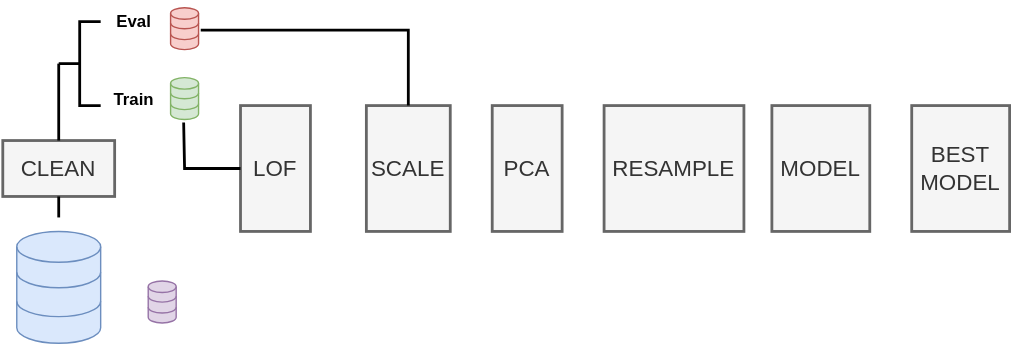
MatteoM95/Default-of-Credit-Card-Clients-Dataset-Analisys keeps this draw.io diagram as Pipeline Diagram.svg. Above is the earlier version. Source tidied: cells renumbered, new cells last; positions are measured from the earlier drawing's top-left corner, leaving out a move shared by most shapes.
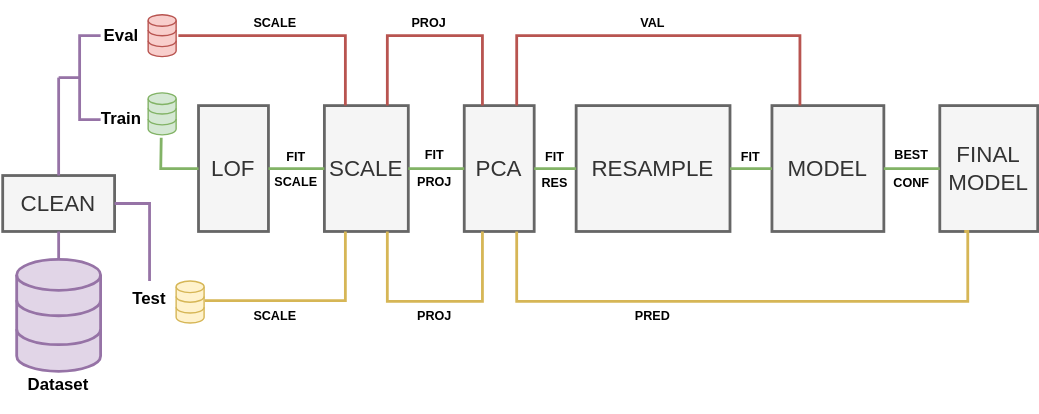
The same diagram one commit later.

Change to the diagram source:
```diff
@@ -3,69 +3,182 @@
     <mxCell id="0" />
     <mxCell id="1" parent="0" />
     <mxCell id="2" style="html=1;verticalLabelPosition=bottom;align=center;labelBackgroundColor=#ffffff;verticalAlign=top;strokeWidth=1;strokeColor=#b85450;shadow=0;dashed=0;shape=mxgraph.ios7.icons.data;fillColor=#f8cecc;" parent="1" vertex="1">
-      <mxGeometry x="120" y="5" width="20" height="30" as="geometry" />
+      <mxGeometry x="104" width="20" height="30" as="geometry" />
     </mxCell>
-    <mxCell id="3" style="html=1;verticalLabelPosition=bottom;align=center;labelBackgroundColor=#ffffff;verticalAlign=top;strokeWidth=1;strokeColor=#9673a6;shadow=0;dashed=0;shape=mxgraph.ios7.icons.data;fillColor=#e1d5e7;" parent="1" vertex="1">
-      <mxGeometry x="104" y="200.4" width="20" height="30" as="geometry" />
+    <mxCell id="3" style="html=1;verticalLabelPosition=bottom;align=center;labelBackgroundColor=#ffffff;verticalAlign=top;strokeWidth=1;strokeColor=#d6b656;shadow=0;dashed=0;shape=mxgraph.ios7.icons.data;fillColor=#fff2cc;" parent="1" vertex="1">
+      <mxGeometry x="124" y="190.5" width="20" height="30" as="geometry" />
     </mxCell>
     <mxCell id="4" style="html=1;verticalLabelPosition=bottom;align=center;labelBackgroundColor=#ffffff;verticalAlign=top;strokeWidth=1;strokeColor=#82b366;shadow=0;dashed=0;shape=mxgraph.ios7.icons.data;fillColor=#d5e8d4;" parent="1" vertex="1">
-      <mxGeometry x="120" y="55" width="20" height="30" as="geometry" />
+      <mxGeometry x="104" y="55.9" width="20" height="30" as="geometry" />
     </mxCell>
-    <mxCell id="5" style="html=1;verticalLabelPosition=bottom;align=center;labelBackgroundColor=#ffffff;verticalAlign=top;strokeWidth=1;strokeColor=#6c8ebf;shadow=0;dashed=0;shape=mxgraph.ios7.icons.data;fillColor=#dae8fc;gradientDirection=north;sketch=0;fillStyle=solid;gradientColor=none;direction=east;" parent="1" vertex="1">
-      <mxGeometry x="10" y="165" width="60" height="80" as="geometry" />
+    <mxCell id="5" style="html=1;verticalLabelPosition=bottom;align=center;labelBackgroundColor=#ffffff;verticalAlign=top;strokeWidth=2;strokeColor=#9673a6;shadow=0;dashed=0;shape=mxgraph.ios7.icons.data;fillColor=#e1d5e7;gradientDirection=north;sketch=0;fillStyle=solid;direction=east;" parent="1" vertex="1">
+      <mxGeometry x="10" y="175" width="60" height="80" as="geometry" />
     </mxCell>
     <mxCell id="6" value="&lt;pre&gt;&lt;font face=&quot;Arial&quot; style=&quot;font-size: 16px;&quot;&gt;CLEAN&lt;/font&gt;&lt;/pre&gt;" style="rounded=0;whiteSpace=wrap;html=1;fillColor=#f5f5f5;gradientDirection=north;fontColor=#333333;strokeColor=#666666;strokeWidth=2;" parent="1" vertex="1">
-      <mxGeometry y="100" width="80" height="40" as="geometry" />
+      <mxGeometry y="115" width="80" height="40" as="geometry" />
     </mxCell>
-    <mxCell id="7" style="strokeWidth=2;html=1;shape=mxgraph.flowchart.annotation_2;align=left;labelPosition=right;fontFamily=Verdana;fillColor=#99FF99;gradientColor=none;gradientDirection=north;" parent="1" vertex="1">
+    <mxCell id="7" style="strokeWidth=2;html=1;shape=mxgraph.flowchart.annotation_2;align=left;labelPosition=right;fontFamily=Verdana;fillColor=#e1d5e7;gradientDirection=north;strokeColor=#9673a6;" parent="1" vertex="1">
       <mxGeometry x="40" y="15" width="30" height="60" as="geometry" />
     </mxCell>
-    <mxCell id="8" style="endArrow=none;html=1;rounded=0;fontFamily=Verdana;entryX=0;entryY=0.5;entryDx=0;entryDy=0;entryPerimeter=0;exitX=0.5;exitY=0;exitDx=0;exitDy=0;strokeWidth=2;" parent="1" edge="1" source="6" target="7">
+    <mxCell id="8" style="endArrow=none;html=1;rounded=0;fontFamily=Verdana;entryX=0;entryY=0.5;entryDx=0;entryDy=0;entryPerimeter=0;exitX=0.5;exitY=0;exitDx=0;exitDy=0;strokeWidth=2;fillColor=#e1d5e7;strokeColor=#9673a6;" parent="1" edge="1" source="6" target="7">
       <mxGeometry relative="1" as="geometry" />
     </mxCell>
     <mxCell id="9" value="&lt;font face=&quot;ARIAL&quot;&gt;&lt;b&gt;Eval&lt;/b&gt;&lt;/font&gt;" style="text;html=1;strokeColor=none;fillColor=none;align=center;verticalAlign=middle;whiteSpace=wrap;rounded=0;fontFamily=Verdana;" parent="1" vertex="1">
-      <mxGeometry x="60" width="68" height="30" as="geometry" />
+      <mxGeometry x="60" width="50" height="30" as="geometry" />
     </mxCell>
     <mxCell id="10" value="&lt;font face=&quot;Helvetica&quot;&gt;&lt;b&gt;Train&lt;/b&gt;&lt;/font&gt;" style="text;html=1;strokeColor=none;fillColor=none;align=center;verticalAlign=middle;whiteSpace=wrap;rounded=0;fontFamily=Verdana;" parent="1" vertex="1">
-      <mxGeometry x="60" y="55.9" width="68" height="30" as="geometry" />
+      <mxGeometry x="60" y="55.9" width="50" height="39.1" as="geometry" />
     </mxCell>
     <mxCell id="11" value="&lt;font face=&quot;Arial&quot;&gt;LOF&lt;/font&gt;" style="rounded=0;whiteSpace=wrap;html=1;sketch=0;fillStyle=solid;strokeWidth=2;fontFamily=Lucida Console;fontSize=16;fillColor=#f5f5f5;gradientDirection=north;fontColor=#333333;strokeColor=#666666;" parent="1" vertex="1">
-      <mxGeometry x="170" y="75" width="50" height="90" as="geometry" />
+      <mxGeometry x="140" y="65" width="50" height="90" as="geometry" />
     </mxCell>
-    <mxCell id="12" value="&lt;font face=&quot;Arial&quot;&gt;SCALE&lt;/font&gt;" style="rounded=0;whiteSpace=wrap;html=1;sketch=0;fillStyle=solid;strokeWidth=2;fontFamily=Lucida Console;fontSize=16;fillColor=#f5f5f5;gradientDirection=north;fontColor=#333333;strokeColor=#666666;" parent="1" vertex="1">
-      <mxGeometry x="260" y="75" width="60" height="90" as="geometry" />
+    <mxCell id="12" value="&lt;font face=&quot;Arial&quot;&gt;SCALE&lt;/font&gt;" style="rounded=0;whiteSpace=wrap;html=1;sketch=0;fillStyle=solid;strokeWidth=2;fontFamily=Lucida Console;fontSize=16;fillColor=#f5f5f5;gradientDirection=north;strokeColor=#666666;fontColor=#333333;" parent="1" vertex="1">
+      <mxGeometry x="230" y="65" width="60" height="90" as="geometry" />
     </mxCell>
     <mxCell id="13" value="&lt;font face=&quot;Arial&quot;&gt;PCA&lt;/font&gt;" style="rounded=0;whiteSpace=wrap;html=1;sketch=0;fillStyle=solid;strokeWidth=2;fontFamily=Lucida Console;fontSize=16;fillColor=#f5f5f5;gradientDirection=north;fontColor=#333333;strokeColor=#666666;" parent="1" vertex="1">
-      <mxGeometry x="350" y="75" width="50" height="90" as="geometry" />
+      <mxGeometry x="330" y="65" width="50" height="90" as="geometry" />
     </mxCell>
     <mxCell id="14" value="&lt;font face=&quot;Arial&quot;&gt;RESAMPLE&lt;/font&gt;" style="rounded=0;whiteSpace=wrap;html=1;sketch=0;fillStyle=solid;strokeWidth=2;fontFamily=Lucida Console;fontSize=16;fillColor=#f5f5f5;gradientDirection=north;fontColor=#333333;strokeColor=#666666;" parent="1" vertex="1">
-      <mxGeometry x="430" y="75" width="100" height="90" as="geometry" />
+      <mxGeometry x="410" y="65" width="110" height="90" as="geometry" />
     </mxCell>
     <mxCell id="15" value="&lt;font face=&quot;Arial&quot;&gt;MODEL&lt;/font&gt;" style="rounded=0;whiteSpace=wrap;html=1;sketch=0;fillStyle=solid;strokeWidth=2;fontFamily=Lucida Console;fontSize=16;fillColor=#f5f5f5;gradientDirection=north;fontColor=#333333;strokeColor=#666666;" parent="1" vertex="1">
-      <mxGeometry x="550" y="75" width="70" height="90" as="geometry" />
+      <mxGeometry x="550" y="65" width="80" height="90" as="geometry" />
     </mxCell>
-    <mxCell id="16" value="&lt;font face=&quot;Arial&quot;&gt;BEST&lt;br&gt;MODEL&lt;/font&gt;" style="rounded=0;whiteSpace=wrap;html=1;sketch=0;fillStyle=solid;strokeWidth=2;fontFamily=Lucida Console;fontSize=16;fillColor=#f5f5f5;gradientDirection=north;fontColor=#333333;strokeColor=#666666;" parent="1" vertex="1">
-      <mxGeometry x="650" y="75" width="70" height="90" as="geometry" />
+    <mxCell id="16" value="&lt;font face=&quot;Arial&quot;&gt;FINAL&lt;br&gt;MODEL&lt;/font&gt;" style="rounded=0;whiteSpace=wrap;html=1;sketch=0;fillStyle=solid;strokeWidth=2;fontFamily=Lucida Console;fontSize=16;fillColor=#f5f5f5;gradientDirection=north;fontColor=#333333;strokeColor=#666666;" parent="1" vertex="1">
+      <mxGeometry x="670" y="65" width="70" height="90" as="geometry" />
     </mxCell>
-    <mxCell id="17" style="endArrow=none;html=1;rounded=0;strokeWidth=2;fontFamily=Lucida Console;fontSize=16;edgeStyle=orthogonalEdgeStyle;entryX=1.078;entryY=0.533;entryDx=0;entryDy=0;entryPerimeter=0;exitX=0.5;exitY=0;exitDx=0;exitDy=0;" parent="1" edge="1" source="12" target="2">
+    <mxCell id="17" style="endArrow=none;html=1;rounded=0;strokeWidth=2;fontFamily=Lucida Console;fontSize=16;edgeStyle=orthogonalEdgeStyle;entryX=1.078;entryY=0.533;entryDx=0;entryDy=0;entryPerimeter=0;exitX=0.25;exitY=0;exitDx=0;exitDy=0;fillColor=#f8cecc;strokeColor=#b85450;" parent="1" edge="1" source="12" target="2">
       <mxGeometry relative="1" as="geometry">
         <Array as="points">
-          <mxPoint x="290" y="21" />
+          <mxPoint x="245" y="15" />
+          <mxPoint x="126" y="15" />
         </Array>
       </mxGeometry>
     </mxCell>
-    <mxCell id="18" style="endArrow=none;html=1;rounded=0;strokeWidth=2;fontFamily=Lucida Console;fontSize=16;edgeStyle=elbowEdgeStyle;entryX=0;entryY=0.5;entryDx=0;entryDy=0;exitX=0.467;exitY=1.07;exitDx=0;exitDy=0;exitPerimeter=0;" parent="1" edge="1" source="4" target="11">
+    <mxCell id="18" style="endArrow=none;html=1;rounded=0;strokeWidth=2;fontFamily=Lucida Console;fontSize=16;edgeStyle=elbowEdgeStyle;entryX=0;entryY=0.5;entryDx=0;entryDy=0;exitX=0.467;exitY=1.07;exitDx=0;exitDy=0;exitPerimeter=0;fillColor=#d5e8d4;strokeColor=#82b366;" parent="1" edge="1" source="4" target="11">
       <mxGeometry relative="1" as="geometry">
         <Array as="points">
-          <mxPoint x="130" y="105" />
+          <mxPoint x="113" y="105" />
           <mxPoint x="140" y="115" />
         </Array>
       </mxGeometry>
     </mxCell>
-    <mxCell id="19" style="endArrow=none;html=1;rounded=0;strokeWidth=2;fontFamily=Lucida Console;fontSize=16;entryX=0.5;entryY=1;entryDx=0;entryDy=0;" parent="1" edge="1" target="6">
-      <mxGeometry relative="1" as="geometry">
-        <mxPoint x="40" y="155" as="sourcePoint" />
-      </mxGeometry>
+    <mxCell id="19" style="endArrow=none;html=1;rounded=0;strokeWidth=2;fontFamily=Lucida Console;fontSize=16;entryX=0.5;entryY=1;entryDx=0;entryDy=0;exitX=0.5;exitY=0;exitDx=0;exitDy=0;exitPerimeter=0;fillColor=#e1d5e7;strokeColor=#9673a6;" parent="1" edge="1" source="5" target="6">
+      <mxGeometry relative="1" as="geometry" />
     </mxCell>
+    <mxCell id="20" style="edgeStyle=orthogonalEdgeStyle;rounded=0;jettySize=auto;html=1;exitX=1;exitY=0.75;exitDx=0;exitDy=0;entryX=0.3;entryY=0.618;entryDx=0;entryDy=0;entryPerimeter=0;strokeWidth=2;fontFamily=Lucida Console;fontSize=9;" parent="1" edge="1" source="21" target="3">
+      <mxGeometry relative="1" as="geometry" />
+    </mxCell>
+    <mxCell id="21" value="&lt;font face=&quot;Helvetica&quot;&gt;&lt;b&gt;Test&lt;/b&gt;&lt;/font&gt;" style="text;html=1;strokeColor=none;fillColor=none;align=center;verticalAlign=middle;whiteSpace=wrap;rounded=0;fontFamily=Verdana;" parent="1" vertex="1">
+      <mxGeometry x="80" y="190.4" width="50" height="24.6" as="geometry" />
+    </mxCell>
+    <mxCell id="22" style="endArrow=none;html=1;rounded=0;strokeWidth=2;fontFamily=Lucida Console;fontSize=16;edgeStyle=orthogonalEdgeStyle;exitX=1;exitY=0.5;exitDx=0;exitDy=0;fillColor=#e1d5e7;strokeColor=#9673a6;" parent="1" edge="1" source="6" target="21">
+      <mxGeometry relative="1" as="geometry" />
+    </mxCell>
+    <mxCell id="23" style="endArrow=none;html=1;rounded=0;strokeWidth=2;fontFamily=Lucida Console;fontSize=16;exitX=1.025;exitY=0.467;exitDx=0;exitDy=0;exitPerimeter=0;edgeStyle=orthogonalEdgeStyle;entryX=0.25;entryY=1;entryDx=0;entryDy=0;fillColor=#fff2cc;strokeColor=#d6b656;" parent="1" edge="1" source="3" target="12">
+      <mxGeometry relative="1" as="geometry">
+        <Array as="points">
+          <mxPoint x="245" y="205" />
+        </Array>
+      </mxGeometry>
+    </mxCell>
+    <mxCell id="24" style="endArrow=none;html=1;rounded=0;strokeWidth=2;fontFamily=Lucida Console;fontSize=16;exitX=1;exitY=0.5;exitDx=0;exitDy=0;entryX=0;entryY=0.5;entryDx=0;entryDy=0;fillColor=#d5e8d4;strokeColor=#82b366;" parent="1" edge="1" source="11" target="12">
+      <mxGeometry relative="1" as="geometry" />
+    </mxCell>
+    <mxCell id="25" style="endArrow=none;html=1;rounded=0;strokeWidth=2;fontFamily=Lucida Console;fontSize=16;exitX=1;exitY=0.5;exitDx=0;exitDy=0;entryX=0;entryY=0.5;entryDx=0;entryDy=0;fillColor=#d5e8d4;strokeColor=#82b366;" parent="1" edge="1" source="12" target="13">
+      <mxGeometry relative="1" as="geometry" />
+    </mxCell>
+    <mxCell id="26" value="&lt;font face=&quot;Helvetica&quot;&gt;&lt;b&gt;Dataset&lt;/b&gt;&lt;/font&gt;" style="text;html=1;strokeColor=none;fillColor=none;align=center;verticalAlign=middle;whiteSpace=wrap;rounded=0;fontFamily=Verdana;" parent="1" vertex="1">
+      <mxGeometry x="15" y="245" width="50" height="39.1" as="geometry" />
+    </mxCell>
+    <mxCell id="27" value="&lt;font face=&quot;Helvetica&quot;&gt;&lt;b style=&quot;font-size: 9px;&quot;&gt;SCALE&lt;/b&gt;&lt;/font&gt;" style="text;html=1;strokeColor=none;fillColor=none;align=center;verticalAlign=middle;whiteSpace=wrap;rounded=0;fontFamily=Verdana;" parent="1" vertex="1">
+      <mxGeometry x="170" y="-5" width="50" height="20" as="geometry" />
+    </mxCell>
+    <mxCell id="28" value="&lt;font face=&quot;Helvetica&quot;&gt;&lt;b style=&quot;font-size: 9px;&quot;&gt;SCALE&lt;/b&gt;&lt;/font&gt;" style="text;html=1;strokeColor=none;fillColor=none;align=center;verticalAlign=middle;whiteSpace=wrap;rounded=0;fontFamily=Verdana;" parent="1" vertex="1">
+      <mxGeometry x="170" y="205" width="50" height="20" as="geometry" />
+    </mxCell>
+    <mxCell id="29" style="endArrow=none;html=1;rounded=0;strokeWidth=2;fontFamily=Lucida Console;fontSize=9;exitX=0.75;exitY=1;exitDx=0;exitDy=0;edgeStyle=orthogonalEdgeStyle;entryX=0.25;entryY=1;entryDx=0;entryDy=0;fillColor=#fff2cc;strokeColor=#d6b656;" parent="1" edge="1" source="12" target="13">
+      <mxGeometry relative="1" as="geometry">
+        <Array as="points">
+          <mxPoint x="275" y="205" />
+          <mxPoint x="343" y="205" />
+          <mxPoint x="343" y="155" />
+        </Array>
+      </mxGeometry>
+    </mxCell>
+    <mxCell id="30" style="endArrow=none;html=1;rounded=0;strokeWidth=2;fontFamily=Lucida Console;fontSize=9;exitX=0.75;exitY=1;exitDx=0;exitDy=0;edgeStyle=orthogonalEdgeStyle;entryX=0.25;entryY=1;entryDx=0;entryDy=0;fillColor=#fff2cc;strokeColor=#d6b656;" parent="1" edge="1" source="13" target="16">
+      <mxGeometry relative="1" as="geometry">
+        <Array as="points">
+          <mxPoint x="368" y="205" />
+          <mxPoint x="690" y="205" />
+          <mxPoint x="690" y="155" />
+        </Array>
+      </mxGeometry>
+    </mxCell>
+    <mxCell id="31" value="&lt;font face=&quot;Helvetica&quot;&gt;&lt;b style=&quot;font-size: 9px;&quot;&gt;SCALE&lt;/b&gt;&lt;/font&gt;" style="text;html=1;strokeColor=none;fillColor=none;align=center;verticalAlign=middle;whiteSpace=wrap;rounded=0;fontFamily=Verdana;" parent="1" vertex="1">
+      <mxGeometry x="190" y="104.6" width="40" height="29.1" as="geometry" />
+    </mxCell>
+    <mxCell id="32" value="&lt;font face=&quot;Helvetica&quot;&gt;&lt;b style=&quot;font-size: 9px;&quot;&gt;FIT&lt;/b&gt;&lt;/font&gt;" style="text;html=1;strokeColor=none;fillColor=none;align=center;verticalAlign=middle;whiteSpace=wrap;rounded=0;fontFamily=Verdana;" parent="1" vertex="1">
+      <mxGeometry x="190" y="85.9" width="40" height="30" as="geometry" />
+    </mxCell>
+    <mxCell id="33" value="&lt;font face=&quot;Helvetica&quot;&gt;&lt;b style=&quot;font-size: 9px;&quot;&gt;FIT&lt;/b&gt;&lt;/font&gt;" style="text;html=1;strokeColor=none;fillColor=none;align=center;verticalAlign=middle;whiteSpace=wrap;rounded=0;fontFamily=Verdana;" parent="1" vertex="1">
+      <mxGeometry x="284" y="85" width="50" height="30" as="geometry" />
+    </mxCell>
+    <mxCell id="34" value="&lt;font face=&quot;Helvetica&quot;&gt;&lt;b style=&quot;font-size: 9px;&quot;&gt;PROJ&lt;/b&gt;&lt;/font&gt;" style="text;html=1;strokeColor=none;fillColor=none;align=center;verticalAlign=middle;whiteSpace=wrap;rounded=0;fontFamily=Verdana;" parent="1" vertex="1">
+      <mxGeometry x="284" y="103.7" width="50" height="30" as="geometry" />
+    </mxCell>
+    <mxCell id="35" value="&lt;font face=&quot;Helvetica&quot;&gt;&lt;b style=&quot;font-size: 9px;&quot;&gt;FIT&lt;/b&gt;&lt;/font&gt;" style="text;html=1;strokeColor=none;fillColor=none;align=center;verticalAlign=middle;whiteSpace=wrap;rounded=0;fontFamily=Verdana;" parent="1" vertex="1">
+      <mxGeometry x="370" y="85.9" width="50" height="30" as="geometry" />
+    </mxCell>
+    <mxCell id="36" value="&lt;font face=&quot;Helvetica&quot;&gt;&lt;b style=&quot;font-size: 9px;&quot;&gt;RES&lt;/b&gt;&lt;/font&gt;" style="text;html=1;strokeColor=none;fillColor=none;align=center;verticalAlign=middle;whiteSpace=wrap;rounded=0;fontFamily=Verdana;" parent="1" vertex="1">
+      <mxGeometry x="370" y="104.5" width="50" height="30" as="geometry" />
+    </mxCell>
+    <mxCell id="37" style="endArrow=none;html=1;rounded=0;strokeWidth=2;fontFamily=Lucida Console;fontSize=9;entryX=0;entryY=0.5;entryDx=0;entryDy=0;exitX=1;exitY=0.5;exitDx=0;exitDy=0;fillColor=#d5e8d4;strokeColor=#82b366;" parent="1" edge="1" source="13" target="14">
+      <mxGeometry relative="1" as="geometry" />
+    </mxCell>
+    <mxCell id="38" style="endArrow=none;html=1;rounded=0;strokeWidth=2;fontFamily=Lucida Console;fontSize=9;exitX=0;exitY=0.5;exitDx=0;exitDy=0;entryX=1;entryY=0.5;entryDx=0;entryDy=0;fillColor=#d5e8d4;strokeColor=#82b366;" parent="1" edge="1" source="15" target="14">
+      <mxGeometry relative="1" as="geometry" />
+    </mxCell>
+    <mxCell id="39" value="&lt;font face=&quot;Helvetica&quot;&gt;&lt;b style=&quot;font-size: 9px;&quot;&gt;FIT&lt;/b&gt;&lt;/font&gt;" style="text;html=1;strokeColor=none;fillColor=none;align=center;verticalAlign=middle;whiteSpace=wrap;rounded=0;fontFamily=Verdana;" parent="1" vertex="1">
+      <mxGeometry x="510" y="85.9" width="50" height="30" as="geometry" />
+    </mxCell>
+    <mxCell id="40" style="endArrow=none;html=1;rounded=0;strokeWidth=2;fontFamily=Lucida Console;fontSize=9;exitX=0.75;exitY=0;exitDx=0;exitDy=0;entryX=0.25;entryY=0;entryDx=0;entryDy=0;edgeStyle=orthogonalEdgeStyle;fillColor=#f8cecc;strokeColor=#b85450;" parent="1" edge="1" source="12" target="13">
+      <mxGeometry relative="1" as="geometry">
+        <Array as="points">
+          <mxPoint x="275" y="15" />
+          <mxPoint x="343" y="15" />
+          <mxPoint x="343" y="65" />
+        </Array>
+      </mxGeometry>
+    </mxCell>
+    <mxCell id="41" value="&lt;font face=&quot;Helvetica&quot;&gt;&lt;b style=&quot;font-size: 9px;&quot;&gt;BEST&lt;/b&gt;&lt;/font&gt;" style="text;html=1;strokeColor=none;fillColor=none;align=center;verticalAlign=middle;whiteSpace=wrap;rounded=0;fontFamily=Verdana;" parent="1" vertex="1">
+      <mxGeometry x="620" y="85" width="60" height="30" as="geometry" />
+    </mxCell>
+    <mxCell id="42" style="endArrow=none;html=1;rounded=0;strokeWidth=2;fontFamily=Lucida Console;fontSize=9;exitX=0;exitY=0.5;exitDx=0;exitDy=0;entryX=1;entryY=0.5;entryDx=0;entryDy=0;fillColor=#d5e8d4;strokeColor=#82b366;" parent="1" edge="1" source="16" target="15">
+      <mxGeometry relative="1" as="geometry" />
+    </mxCell>
+    <mxCell id="43" value="&lt;font face=&quot;Helvetica&quot;&gt;&lt;b style=&quot;font-size: 9px;&quot;&gt;CONF&lt;/b&gt;&lt;/font&gt;" style="text;html=1;strokeColor=none;fillColor=none;align=center;verticalAlign=middle;whiteSpace=wrap;rounded=0;fontFamily=Verdana;" parent="1" vertex="1">
+      <mxGeometry x="620" y="104.6" width="60" height="30" as="geometry" />
+    </mxCell>
+    <mxCell id="44" style="endArrow=none;html=1;rounded=0;strokeWidth=2;fontFamily=Lucida Console;fontSize=9;exitX=0.75;exitY=0;exitDx=0;exitDy=0;entryX=0.25;entryY=0;entryDx=0;entryDy=0;edgeStyle=orthogonalEdgeStyle;fillColor=#f8cecc;strokeColor=#b85450;" parent="1" edge="1" source="13" target="15">
+      <mxGeometry relative="1" as="geometry">
+        <Array as="points">
+          <mxPoint x="368" y="15" />
+          <mxPoint x="570" y="15" />
+        </Array>
+      </mxGeometry>
+    </mxCell>
+    <mxCell id="45" value="&lt;font face=&quot;Helvetica&quot;&gt;&lt;b style=&quot;font-size: 9px;&quot;&gt;PROJ&lt;/b&gt;&lt;/font&gt;" style="text;html=1;strokeColor=none;fillColor=none;align=center;verticalAlign=middle;whiteSpace=wrap;rounded=0;fontFamily=Verdana;" parent="1" vertex="1">
+      <mxGeometry x="280" y="-10" width="50" height="30" as="geometry" />
+    </mxCell>
+    <mxCell id="46" value="&lt;font face=&quot;Helvetica&quot;&gt;&lt;b style=&quot;font-size: 9px;&quot;&gt;PROJ&lt;/b&gt;&lt;/font&gt;" style="text;html=1;strokeColor=none;fillColor=none;align=center;verticalAlign=middle;whiteSpace=wrap;rounded=0;fontFamily=Verdana;" parent="1" vertex="1">
+      <mxGeometry x="284" y="200" width="50" height="30" as="geometry" />
+    </mxCell>
+    <mxCell id="47" value="&lt;font face=&quot;Helvetica&quot;&gt;&lt;b style=&quot;font-size: 9px;&quot;&gt;VAL&lt;/b&gt;&lt;/font&gt;" style="text;html=1;strokeColor=none;fillColor=none;align=center;verticalAlign=middle;whiteSpace=wrap;rounded=0;fontFamily=Verdana;" parent="1" vertex="1">
+      <mxGeometry x="440" y="-10" width="50" height="30" as="geometry" />
+    </mxCell>
+    <mxCell id="48" value="&lt;font face=&quot;Helvetica&quot;&gt;&lt;b style=&quot;font-size: 9px;&quot;&gt;PRED&lt;/b&gt;&lt;/font&gt;" style="text;html=1;strokeColor=none;fillColor=none;align=center;verticalAlign=middle;whiteSpace=wrap;rounded=0;fontFamily=Verdana;" parent="1" vertex="1">
+      <mxGeometry x="440" y="200" width="50" height="30" as="geometry" />
+    </mxCell>
   </root>
 </mxGraphModel>
```
